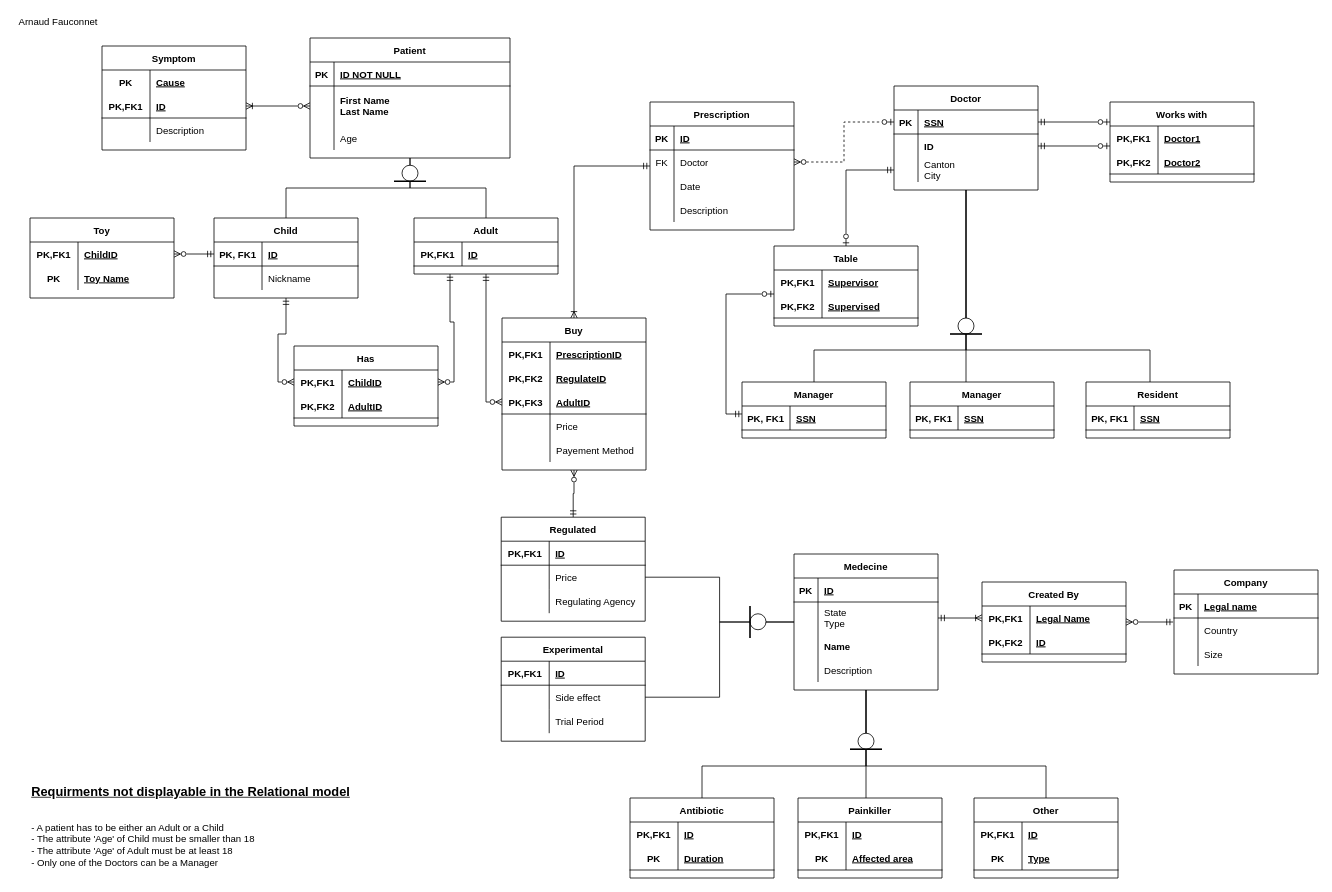
Before: 02.drawio in karma-riuk/DM_Assignments, a draw.io diagram. Source tidied: cells renumbered, new cells numbered last; positions are measured from the earlier drawing's top-left corner, leaving out a move shared by most shapes. Both pictures are drawn from the tidied source at 80%, with x=0, y=0 at pixel (14, 14).
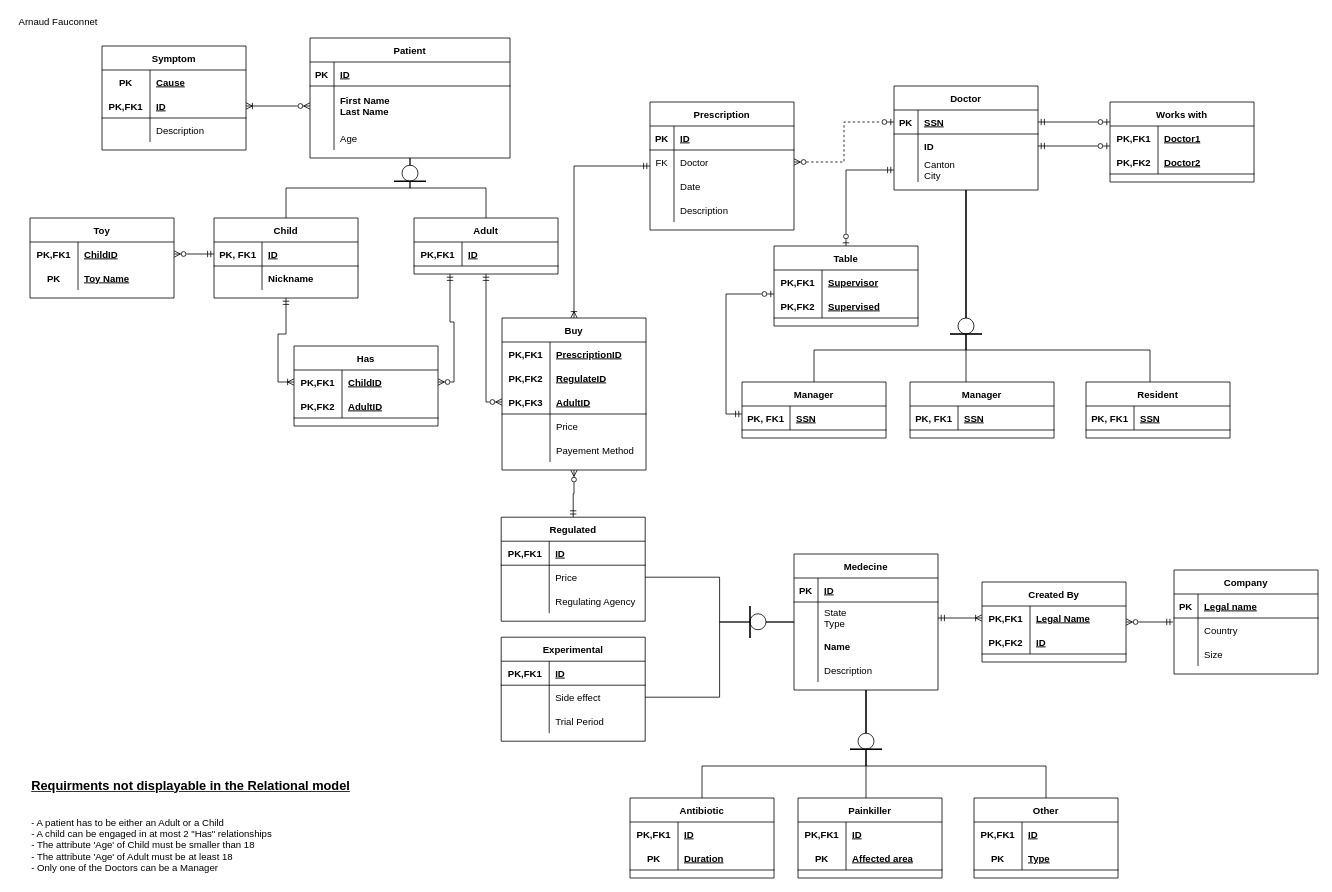
The same page after the edit.

Commit message:
Pretty much just wanna die rn

The change refers to these unchanged cells:
```xml
<mxCell id="3" style="shape=partialRectangle;fillColor=none;top=0;left=0;right=0;bottom=1;" parent="2" vertex="1">
  <mxGeometry y="30" width="250" height="30" as="geometry" />
</mxCell>
<mxCell id="24" value="Child" style="shape=table;startSize=30;childLayout=tableLayout;rowLines=0;fontStyle=1;align=center;" parent="1" vertex="1">
  <mxGeometry x="250" y="255" width="180" height="100" as="geometry" />
</mxCell>
<mxCell id="28" style="shape=tableRow;horizontal=0;startSize=0;swimlaneHead=0;swimlaneBody=0;fillColor=none;top=0;left=0;right=0;bottom=0;" parent="24" vertex="1">
  <mxGeometry y="60" width="180" height="30" as="geometry" />
</mxCell>
<mxCell id="188" style="shape=tableRow;horizontal=0;startSize=0;swimlaneHead=0;swimlaneBody=0;fillColor=none;points=[[0,0.5],[1,0.5]];portConstraint=eastwest;top=0;left=0;right=0;bottom=0;" parent="187" vertex="1">
  <mxGeometry y="30" width="180" height="30" as="geometry" />
</mxCell>
```

Diff of the diagram source:
```diff
@@
-    <mxCell id="5" value="ID NOT NULL" style="shape=partialRectangle;overflow=hidden;fillColor=none;top=0;left=0;bottom=0;right=0;align=left;spacingLeft=6;fontStyle=5;" parent="3" vertex="1">
+    <mxCell id="5" value="ID" style="shape=partialRectangle;overflow=hidden;fillColor=none;top=0;left=0;bottom=0;right=0;align=left;spacingLeft=6;fontStyle=5;" parent="3" vertex="1">
       <mxGeometry x="30" width="220" height="30" as="geometry" />
     </mxCell>
@@
-    <mxCell id="30" value="Nickname" style="shape=partialRectangle;fillColor=none;top=0;left=0;bottom=0;right=0;align=left;spacingLeft=6;overflow=hidden;" parent="28" vertex="1">
+    <mxCell id="30" value="Nickname" style="shape=partialRectangle;fillColor=none;top=0;left=0;bottom=0;right=0;align=left;spacingLeft=6;overflow=hidden;fontStyle=1;" parent="28" vertex="1">
       <mxGeometry x="60" width="120" height="30" as="geometry" />
     </mxCell>
@@
-    <mxCell id="194" style="edgeStyle=orthogonalEdgeStyle;rounded=0;jettySize=auto;html=1;entryX=0.5;entryY=1;entryDx=0;entryDy=0;startArrow=ERzeroToMany;startFill=0;endArrow=ERmandOne;endFill=0;" parent="1" edge="1" source="188" target="24">
+    <mxCell id="194" style="edgeStyle=orthogonalEdgeStyle;rounded=0;jettySize=auto;html=1;entryX=0.5;entryY=1;entryDx=0;entryDy=0;startArrow=ERoneToMany;startFill=0;endArrow=ERmandOne;endFill=0;" parent="1" edge="1" source="188" target="24">
       <mxGeometry relative="1" as="geometry" />
     </mxCell>
@@
-    <mxCell id="216" value="&lt;b style=&quot;font-size: 16px&quot;&gt;&lt;u&gt;Requirments not displayable in the Relational model&lt;br&gt;&lt;/u&gt;&lt;/b&gt;&lt;br&gt;&lt;br&gt;- A patient has to be either an Adult or a Child&lt;br&gt;- The attribute 'Age' of Child must be smaller than 18&lt;br&gt;- The attribute 'Age' of Adult must be at least 18&lt;br&gt;- Only one of the Doctors can be a Manager" style="text;html=1;align=left;verticalAlign=middle;fillColor=none;strokeColor=none;rounded=0;" parent="1" vertex="1">
-      <mxGeometry x="20" y="965" width="410" height="100" as="geometry" />
+    <mxCell id="216" value="&lt;b style=&quot;font-size: 16px&quot;&gt;&lt;u&gt;Requirments not displayable in the Relational model&lt;br&gt;&lt;/u&gt;&lt;/b&gt;&lt;br&gt;&lt;br&gt;- A patient has to be either an Adult or a Child&lt;br&gt;- A child can be engaged in at most 2 &quot;Has&quot; relationships&lt;br&gt;- The attribute 'Age' of Child must be smaller than 18&lt;br&gt;- The attribute 'Age' of Adult must be at least 18&lt;br&gt;- Only one of the Doctors can be a Manager" style="text;html=1;align=left;verticalAlign=middle;fillColor=none;strokeColor=none;rounded=0;" parent="1" vertex="1">
+      <mxGeometry x="20" y="955" width="410" height="120" as="geometry" />
     </mxCell>
```
